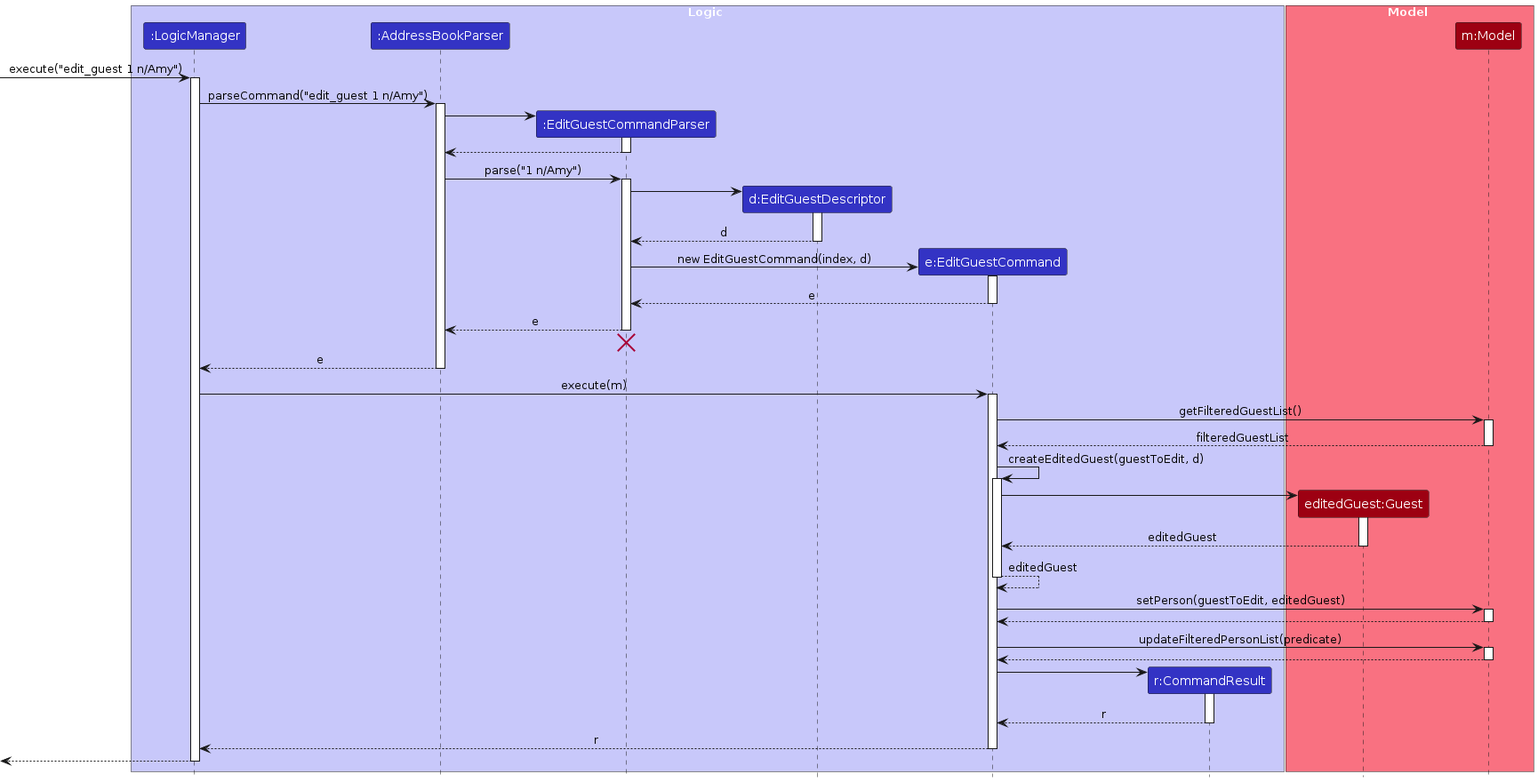
Before: diagrams/EditGuestSequenceDiagram.png, a diagram exported from PlantUML (AY2425S1-CS2103T-F09-3/tp). Its source is kept beside it as diagrams/EditGuestSequenceDiagram.puml.
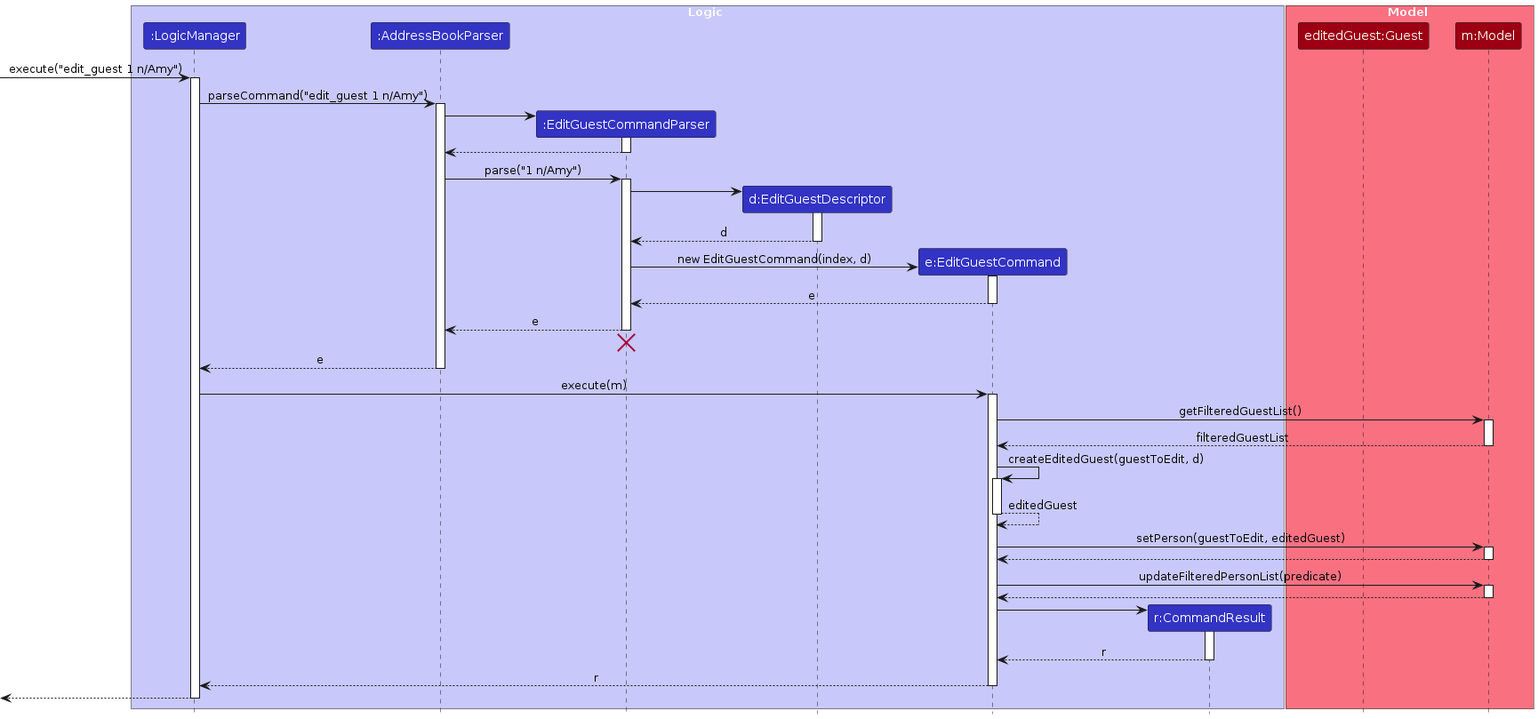
After the commit.

Diff of the diagram source:
```diff
@@ -66,12 +66,6 @@
 EditGuestCommand -> EditGuestCommand : createEditedGuest(guestToEdit, d)
 activate EditGuestCommand
 
-create Guest
-EditGuestCommand -> Guest
-activate Guest
-
-Guest --> EditGuestCommand : editedGuest
-deactivate Guest
 return editedGuest
 
 EditGuestCommand -> Model : setPerson(guestToEdit, editedGuest)
```
